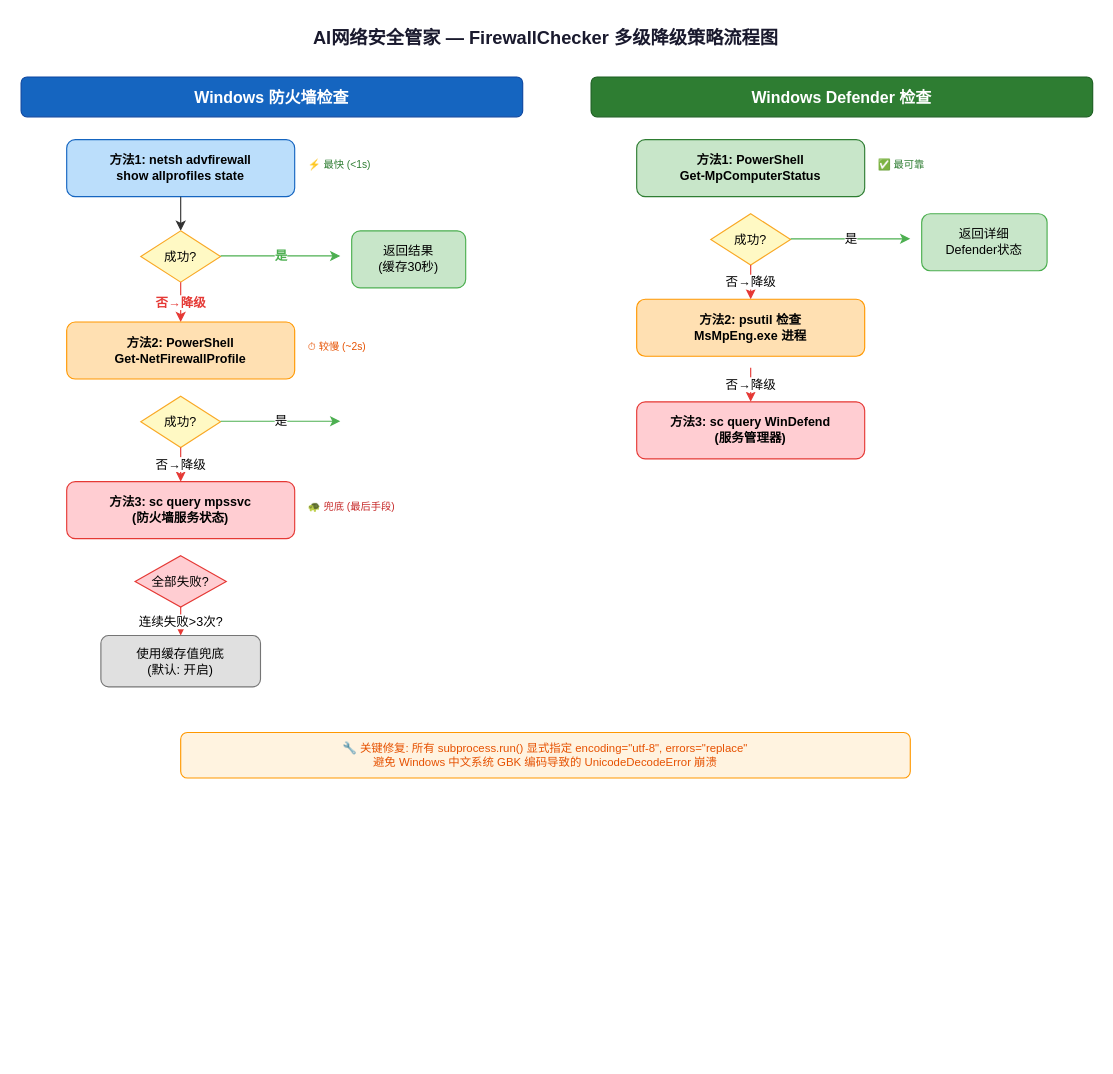
czypluto/ai-security-guardian keeps this draw.io diagram as edge/diagrams/10_防火墙多级降级策略流程图.drawio. Above is the earlier version. Source tidied: cells renumbered, new cells numbered last; positions are measured from the earlier drawing's top-left corner, leaving out a move shared by most shapes. Both pictures are drawn from the tidied source at 114%, with x=0, y=0 at pixel (21, 19).
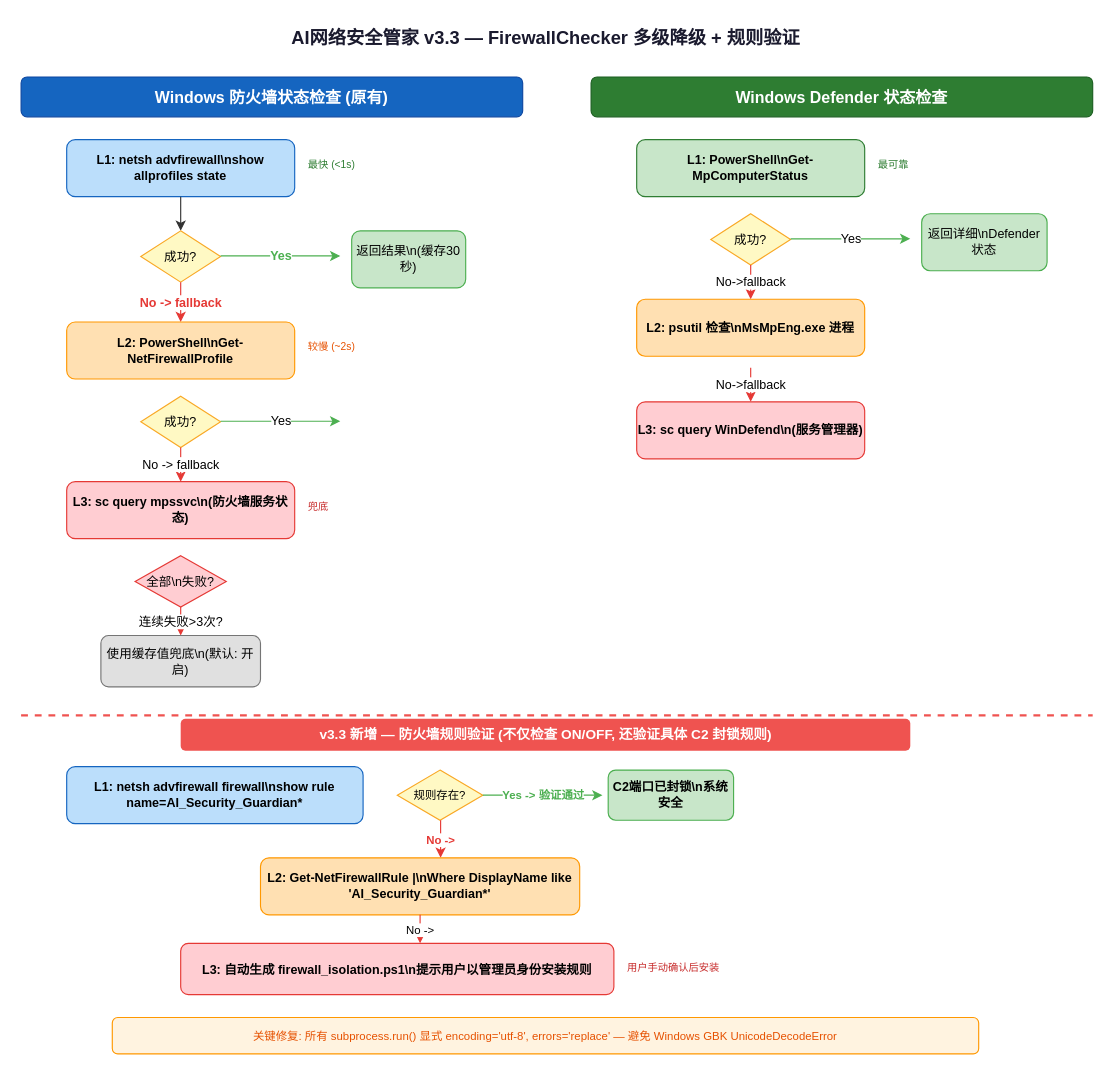
After the change.

What changed in the source:
```diff
@@
-    <mxCell id="2" value="AI网络安全管家 — FirewallChecker 多级降级策略流程图" style="text;html=1;strokeColor=none;fillColor=none;align=center;fontSize=16;fontStyle=1;fontColor=#1a1a2e;" parent="1" vertex="1">
+    <mxCell id="2" value="AI网络安全管家 v3.3 — FirewallChecker 多级降级 + 规则验证" style="text;html=1;strokeColor=none;fillColor=none;align=center;fontSize=16;fontStyle=1;fontColor=#1a1a2e;" parent="1" vertex="1">
       <mxGeometry x="120" width="680" height="35" as="geometry" />
     </mxCell>
-    <mxCell id="3" value="Windows 防火墙检查" style="rounded=1;whiteSpace=wrap;html=1;fillColor=#1565c0;strokeColor=#0d47a1;fontColor=#fff;fontSize=14;fontStyle=1;" parent="1" vertex="1">
+    <mxCell id="3" value="Windows 防火墙状态检查 (原有)" style="rounded=1;whiteSpace=wrap;html=1;fillColor=#1565c0;strokeColor=#0d47a1;fontColor=#fff;fontSize=14;fontStyle=1;" parent="1" vertex="1">
       <mxGeometry y="50" width="440" height="35" as="geometry" />
     </mxCell>
-    <mxCell id="4" value="方法1: netsh advfirewall&#10;show allprofiles state" style="rounded=1;whiteSpace=wrap;html=1;fillColor=#bbdefb;strokeColor=#1565c0;fontSize=11;fontStyle=1;" parent="1" vertex="1">
+    <mxCell id="4" value="L1: netsh advfirewall\nshow allprofiles state" style="rounded=1;whiteSpace=wrap;html=1;fillColor=#bbdefb;strokeColor=#1565c0;fontSize=11;fontStyle=1;" parent="1" vertex="1">
       <mxGeometry x="40" y="105" width="200" height="50" as="geometry" />
     </mxCell>
-    <mxCell id="5" value="⚡ 最快 (&lt;1s)" style="text;html=1;strokeColor=none;fillColor=none;fontSize=9;fontColor=#2e7d32;" parent="1" vertex="1">
+    <mxCell id="5" value="最快 (&lt;1s)" style="text;html=1;strokeColor=none;fillColor=none;fontSize=9;fontColor=#2e7d32;" parent="1" vertex="1">
       <mxGeometry x="250" y="115" width="70" height="15" as="geometry" />
     </mxCell>
@@
-    <mxCell id="8" value="是" style="endArrow=classic;html=1;strokeColor=#4caf50;fontStyle=1;fontColor=#4caf50;" parent="1" edge="1">
+    <mxCell id="8" value="Yes" style="endArrow=classic;html=1;strokeColor=#4caf50;fontStyle=1;fontColor=#4caf50;" parent="1" edge="1">
       <mxGeometry relative="1" as="geometry">
         <mxPoint x="175" y="207" as="sourcePoint" />
         <mxPoint x="280" y="207" as="targetPoint" />
       </mxGeometry>
     </mxCell>
-    <mxCell id="9" value="返回结果&#10;(缓存30秒)" style="rounded=1;whiteSpace=wrap;html=1;fillColor=#c8e6c9;strokeColor=#4caf50;fontSize=11;" parent="1" vertex="1">
+    <mxCell id="9" value="返回结果\n(缓存30秒)" style="rounded=1;whiteSpace=wrap;html=1;fillColor=#c8e6c9;strokeColor=#4caf50;fontSize=11;" parent="1" vertex="1">
       <mxGeometry x="290" y="185" width="100" height="50" as="geometry" />
     </mxCell>
-    <mxCell id="10" value="否→降级" style="endArrow=classic;html=1;strokeColor=#e53935;fontStyle=1;fontColor=#e53935;" parent="1" edge="1">
+    <mxCell id="10" value="No -&gt; fallback" style="endArrow=classic;html=1;strokeColor=#e53935;fontStyle=1;fontColor=#e53935;" parent="1" edge="1">
       <mxGeometry relative="1" as="geometry">
         <mxPoint x="140" y="230" as="sourcePoint" />
         <mxPoint x="140" y="265" as="targetPoint" />
       </mxGeometry>
     </mxCell>
-    <mxCell id="11" value="方法2: PowerShell&#10;Get-NetFirewallProfile" style="rounded=1;whiteSpace=wrap;html=1;fillColor=#ffe0b2;strokeColor=#ff9800;fontSize=11;fontStyle=1;" parent="1" vertex="1">
+    <mxCell id="11" value="L2: PowerShell\nGet-NetFirewallProfile" style="rounded=1;whiteSpace=wrap;html=1;fillColor=#ffe0b2;strokeColor=#ff9800;fontSize=11;fontStyle=1;" parent="1" vertex="1">
       <mxGeometry x="40" y="265" width="200" height="50" as="geometry" />
     </mxCell>
-    <mxCell id="12" value="⏱ 较慢 (~2s)" style="text;html=1;strokeColor=none;fillColor=none;fontSize=9;fontColor=#e65100;" parent="1" vertex="1">
+    <mxCell id="12" value="较慢 (~2s)" style="text;html=1;strokeColor=none;fillColor=none;fontSize=9;fontColor=#e65100;" parent="1" vertex="1">
       <mxGeometry x="250" y="275" width="70" height="15" as="geometry" />
     </mxCell>
@@
-    <mxCell id="14" value="是" style="endArrow=classic;html=1;strokeColor=#4caf50;" parent="1" edge="1">
+    <mxCell id="14" value="Yes" style="endArrow=classic;html=1;strokeColor=#4caf50;" parent="1" edge="1">
       <mxGeometry relative="1" as="geometry">
         <mxPoint x="175" y="352" as="sourcePoint" />
         <mxPoint x="280" y="352" as="targetPoint" />
       </mxGeometry>
     </mxCell>
-    <mxCell id="15" value="否→降级" style="endArrow=classic;html=1;strokeColor=#e53935;" parent="1" edge="1">
+    <mxCell id="15" value="No -&gt; fallback" style="endArrow=classic;html=1;strokeColor=#e53935;" parent="1" edge="1">
       <mxGeometry relative="1" as="geometry">
         <mxPoint x="140" y="375" as="sourcePoint" />
         <mxPoint x="140" y="405" as="targetPoint" />
       </mxGeometry>
     </mxCell>
-    <mxCell id="16" value="方法3: sc query mpssvc&#10;(防火墙服务状态)" style="rounded=1;whiteSpace=wrap;html=1;fillColor=#ffcdd2;strokeColor=#e53935;fontSize=11;fontStyle=1;" parent="1" vertex="1">
+    <mxCell id="16" value="L3: sc query mpssvc\n(防火墙服务状态)" style="rounded=1;whiteSpace=wrap;html=1;fillColor=#ffcdd2;strokeColor=#e53935;fontSize=11;fontStyle=1;" parent="1" vertex="1">
       <mxGeometry x="40" y="405" width="200" height="50" as="geometry" />
     </mxCell>
-    <mxCell id="17" value="🐢 兜底 (最后手段)" style="text;html=1;strokeColor=none;fillColor=none;fontSize=9;fontColor=#c62828;" parent="1" vertex="1">
-      <mxGeometry x="250" y="415" width="100" height="15" as="geometry" />
+    <mxCell id="17" value="兜底" style="text;html=1;strokeColor=none;fillColor=none;fontSize=9;fontColor=#c62828;" parent="1" vertex="1">
+      <mxGeometry x="250" y="415" width="80" height="15" as="geometry" />
     </mxCell>
-    <mxCell id="18" value="全部失败?" style="rhombus;whiteSpace=wrap;html=1;fillColor=#ffcdd2;strokeColor=#e53935;fontSize=11;" parent="1" vertex="1">
+    <mxCell id="18" value="全部\n失败?" style="rhombus;whiteSpace=wrap;html=1;fillColor=#ffcdd2;strokeColor=#e53935;fontSize=11;" parent="1" vertex="1">
       <mxGeometry x="100" y="470" width="80" height="45" as="geometry" />
     </mxCell>
@@
-    <mxCell id="20" value="使用缓存值兜底&#10;(默认: 开启)" style="rounded=1;whiteSpace=wrap;html=1;fillColor=#e0e0e0;strokeColor=#757575;fontSize=11;" parent="1" vertex="1">
+    <mxCell id="20" value="使用缓存值兜底\n(默认: 开启)" style="rounded=1;whiteSpace=wrap;html=1;fillColor=#e0e0e0;strokeColor=#757575;fontSize=11;" parent="1" vertex="1">
       <mxGeometry x="70" y="540" width="140" height="45" as="geometry" />
     </mxCell>
-    <mxCell id="21" value="Windows Defender 检查" style="rounded=1;whiteSpace=wrap;html=1;fillColor=#2e7d32;strokeColor=#1b5e20;fontColor=#fff;fontSize=14;fontStyle=1;" parent="1" vertex="1">
+    <mxCell id="21" value="Windows Defender 状态检查" style="rounded=1;whiteSpace=wrap;html=1;fillColor=#2e7d32;strokeColor=#1b5e20;fontColor=#fff;fontSize=14;fontStyle=1;" parent="1" vertex="1">
       <mxGeometry x="500" y="50" width="440" height="35" as="geometry" />
     </mxCell>
-    <mxCell id="22" value="方法1: PowerShell&#10;Get-MpComputerStatus" style="rounded=1;whiteSpace=wrap;html=1;fillColor=#c8e6c9;strokeColor=#2e7d32;fontSize=11;fontStyle=1;" parent="1" vertex="1">
+    <mxCell id="22" value="L1: PowerShell\nGet-MpComputerStatus" style="rounded=1;whiteSpace=wrap;html=1;fillColor=#c8e6c9;strokeColor=#2e7d32;fontSize=11;fontStyle=1;" parent="1" vertex="1">
       <mxGeometry x="540" y="105" width="200" height="50" as="geometry" />
     </mxCell>
-    <mxCell id="23" value="✅ 最可靠" style="text;html=1;strokeColor=none;fillColor=none;fontSize=9;fontColor=#2e7d32;" parent="1" vertex="1">
+    <mxCell id="23" value="最可靠" style="text;html=1;strokeColor=none;fillColor=none;fontSize=9;fontColor=#2e7d32;" parent="1" vertex="1">
       <mxGeometry x="750" y="115" width="60" height="15" as="geometry" />
     </mxCell>
@@
-    <mxCell id="25" value="是" style="endArrow=classic;html=1;strokeColor=#4caf50;" parent="1" edge="1">
+    <mxCell id="25" value="Yes" style="endArrow=classic;html=1;strokeColor=#4caf50;" parent="1" edge="1">
       <mxGeometry relative="1" as="geometry">
         <mxPoint x="675" y="192" as="sourcePoint" />
         <mxPoint x="780" y="192" as="targetPoint" />
       </mxGeometry>
     </mxCell>
-    <mxCell id="26" value="返回详细&#10;Defender状态" style="rounded=1;whiteSpace=wrap;html=1;fillColor=#c8e6c9;strokeColor=#4caf50;fontSize=11;" parent="1" vertex="1">
+    <mxCell id="26" value="返回详细\nDefender状态" style="rounded=1;whiteSpace=wrap;html=1;fillColor=#c8e6c9;strokeColor=#4caf50;fontSize=11;" parent="1" vertex="1">
       <mxGeometry x="790" y="170" width="110" height="50" as="geometry" />
     </mxCell>
-    <mxCell id="27" value="否→降级" style="endArrow=classic;html=1;strokeColor=#e53935;" parent="1" edge="1">
+    <mxCell id="27" value="No-&gt;fallback" style="endArrow=classic;html=1;strokeColor=#e53935;" parent="1" edge="1">
       <mxGeometry relative="1" as="geometry">
         <mxPoint x="640" y="215" as="sourcePoint" />
         <mxPoint x="640" y="245" as="targetPoint" />
       </mxGeometry>
     </mxCell>
-    <mxCell id="28" value="方法2: psutil 检查&#10;MsMpEng.exe 进程" style="rounded=1;whiteSpace=wrap;html=1;fillColor=#ffe0b2;strokeColor=#ff9800;fontSize=11;fontStyle=1;" parent="1" vertex="1">
+    <mxCell id="28" value="L2: psutil 检查\nMsMpEng.exe 进程" style="rounded=1;whiteSpace=wrap;html=1;fillColor=#ffe0b2;strokeColor=#ff9800;fontSize=11;fontStyle=1;" parent="1" vertex="1">
       <mxGeometry x="540" y="245" width="200" height="50" as="geometry" />
     </mxCell>
-    <mxCell id="29" value="否→降级" style="endArrow=classic;html=1;strokeColor=#e53935;" parent="1" edge="1">
+    <mxCell id="29" value="No-&gt;fallback" style="endArrow=classic;html=1;strokeColor=#e53935;" parent="1" edge="1">
       <mxGeometry relative="1" as="geometry">
         <mxPoint x="640" y="305" as="sourcePoint" />
         <mxPoint x="640" y="335" as="targetPoint" />
       </mxGeometry>
     </mxCell>
-    <mxCell id="30" value="方法3: sc query WinDefend&#10;(服务管理器)" style="rounded=1;whiteSpace=wrap;html=1;fillColor=#ffcdd2;strokeColor=#e53935;fontSize=11;fontStyle=1;" parent="1" vertex="1">
+    <mxCell id="30" value="L3: sc query WinDefend\n(服务管理器)" style="rounded=1;whiteSpace=wrap;html=1;fillColor=#ffcdd2;strokeColor=#e53935;fontSize=11;fontStyle=1;" parent="1" vertex="1">
       <mxGeometry x="540" y="335" width="200" height="50" as="geometry" />
     </mxCell>
+    <mxCell id="32" style="line;strokeWidth=2;html=1;strokeColor=#ef5350;dashed=1;" parent="1" vertex="1">
+      <mxGeometry y="605" width="940" height="10" as="geometry" />
+    </mxCell>
+    <mxCell id="33" value="v3.3 新增 — 防火墙规则验证 (不仅检查 ON/OFF, 还验证具体 C2 封锁规则)" style="text;html=1;strokeColor=none;fillColor=#ef5350;fontColor=#fff;fontSize=12;fontStyle=1;rounded=1;align=center;" parent="1" vertex="1">
+      <mxGeometry x="140" y="613" width="640" height="28" as="geometry" />
+    </mxCell>
+    <mxCell id="34" value="L1: netsh advfirewall firewall\nshow rule name=AI_Security_Guardian*" style="rounded=1;whiteSpace=wrap;html=1;fillColor=#bbdefb;strokeColor=#1565c0;fontSize=11;fontStyle=1;" parent="1" vertex="1">
+      <mxGeometry x="40" y="655" width="260" height="50" as="geometry" />
+    </mxCell>
+    <mxCell id="35" value="规则存在?" style="rhombus;whiteSpace=wrap;html=1;fillColor=#fff9c4;strokeColor=#f9a825;fontSize=10;" parent="1" vertex="1">
+      <mxGeometry x="330" y="658" width="75" height="44" as="geometry" />
+    </mxCell>
+    <mxCell id="36" value="Yes -&gt; 验证通过" style="endArrow=classic;html=1;strokeColor=#4caf50;fontStyle=1;fontColor=#4caf50;fontSize=10;" parent="1" edge="1">
+      <mxGeometry relative="1" as="geometry">
+        <mxPoint x="405" y="680" as="sourcePoint" />
+        <mxPoint x="510" y="680" as="targetPoint" />
+      </mxGeometry>
+    </mxCell>
+    <mxCell id="37" value="C2端口已封锁\n系统安全" style="rounded=1;whiteSpace=wrap;html=1;fillColor=#c8e6c9;strokeColor=#4caf50;fontSize=11;fontStyle=1;" parent="1" vertex="1">
+      <mxGeometry x="515" y="658" width="110" height="44" as="geometry" />
+    </mxCell>
+    <mxCell id="38" value="No -&gt;" style="endArrow=classic;html=1;strokeColor=#e53935;fontStyle=1;fontColor=#e53935;fontSize=10;" parent="1" edge="1">
+      <mxGeometry relative="1" as="geometry">
+        <mxPoint x="368" y="702" as="sourcePoint" />
+        <mxPoint x="368" y="735" as="targetPoint" />
+      </mxGeometry>
+    </mxCell>
+    <mxCell id="39" value="L2: Get-NetFirewallRule |\nWhere DisplayName like 'AI_Security_Guardian*'" style="rounded=1;whiteSpace=wrap;html=1;fillColor=#ffe0b2;strokeColor=#ff9800;fontSize=11;fontStyle=1;" parent="1" vertex="1">
+      <mxGeometry x="210" y="735" width="280" height="50" as="geometry" />
+    </mxCell>
+    <mxCell id="40" value="No -&gt;" style="endArrow=classic;html=1;strokeColor=#e53935;fontSize=10;" parent="1" edge="1">
+      <mxGeometry relative="1" as="geometry">
+        <mxPoint x="350" y="785" as="sourcePoint" />
+        <mxPoint x="350" y="810" as="targetPoint" />
+      </mxGeometry>
+    </mxCell>
+    <mxCell id="41" value="L3: 自动生成 firewall_isolation.ps1\n提示用户以管理员身份安装规则" style="rounded=1;whiteSpace=wrap;html=1;fillColor=#ffcdd2;strokeColor=#e53935;fontSize=11;fontStyle=1;" parent="1" vertex="1">
+      <mxGeometry x="140" y="810" width="380" height="45" as="geometry" />
+    </mxCell>
+    <mxCell id="42" value="用户手动确认后安装" style="text;html=1;strokeColor=none;fillColor=none;fontSize=9;fontColor=#c62828;" parent="1" vertex="1">
+      <mxGeometry x="530" y="820" width="120" height="15" as="geometry" />
+    </mxCell>
-    <mxCell id="31" value="🔧 关键修复: 所有 subprocess.run() 显式指定 encoding=&quot;utf-8&quot;, errors=&quot;replace&quot;&#10;避免 Windows 中文系统 GBK 编码导致的 UnicodeDecodeError 崩溃" style="rounded=1;whiteSpace=wrap;html=1;fillColor=#fff3e0;strokeColor=#ff9800;fontSize=10;fontColor=#e65100;align=center;" parent="1" vertex="1">
-      <mxGeometry x="140" y="625" width="640" height="40" as="geometry" />
+    <mxCell id="31" value="关键修复: 所有 subprocess.run() 显式 encoding='utf-8', errors='replace' — 避免 Windows GBK UnicodeDecodeError" style="rounded=1;whiteSpace=wrap;html=1;fillColor=#fff3e0;strokeColor=#ff9800;fontSize=10;fontColor=#e65100;align=center;" parent="1" vertex="1">
+      <mxGeometry x="80" y="875" width="760" height="32" as="geometry" />
     </mxCell>
```
